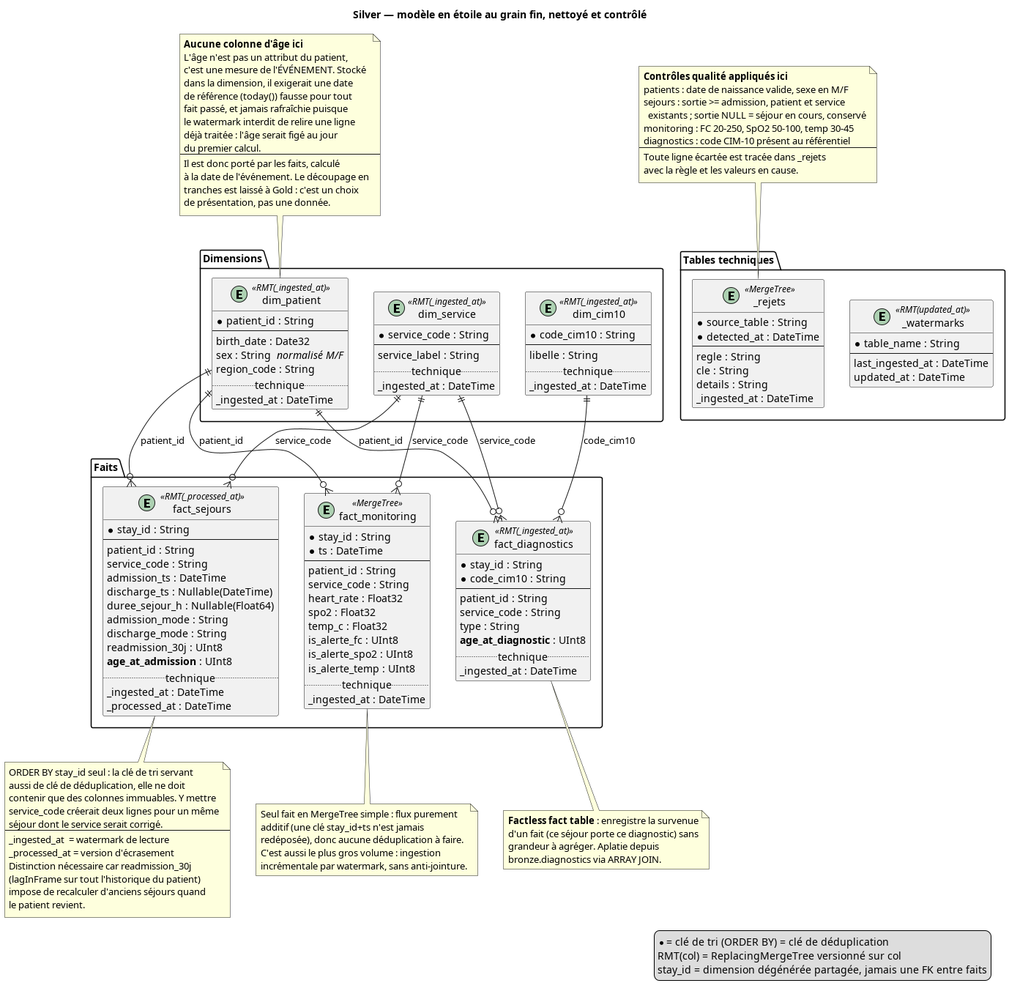
Shinobyy/M2-BigData keeps this PlantUML diagram as diagrams/silver.png. Above is the earlier version.
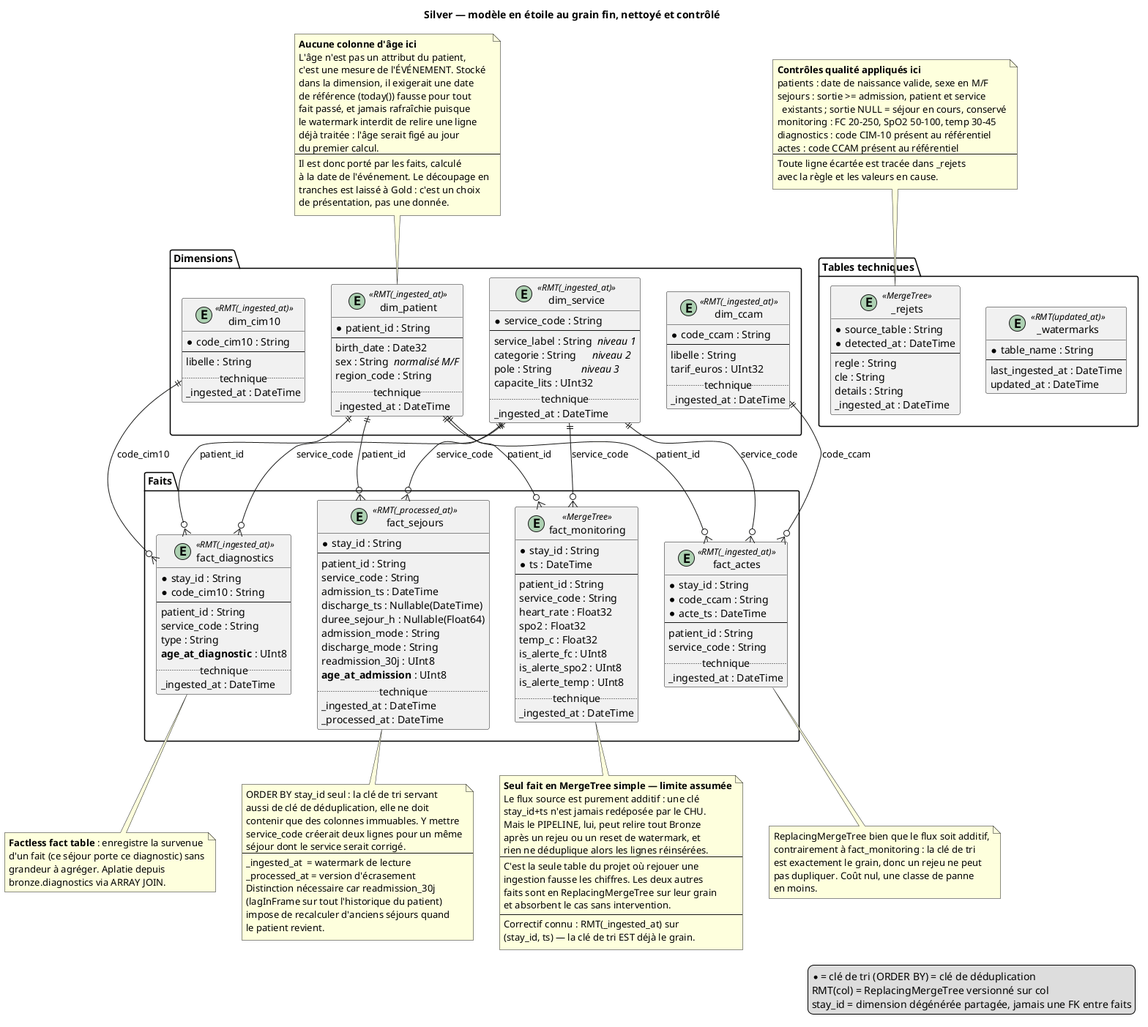
After the change.

Diff of the diagram source:
```diff
@@ -22,7 +22,10 @@
   entity dim_service <<RMT(_ingested_at)>> {
     * service_code : String
     --
-    service_label : String
+    service_label : String  <i>niveau 1</i>
+    categorie : String      <i>niveau 2</i>
+    pole : String           <i>niveau 3</i>
+    capacite_lits : UInt32
     .. technique ..
     _ingested_at : DateTime
   }
@@ -31,6 +34,15 @@
     * code_cim10 : String
     --
     libelle : String
+    .. technique ..
+    _ingested_at : DateTime
+  }
+
+  entity dim_ccam <<RMT(_ingested_at)>> {
+    * code_ccam : String
+    --
+    libelle : String
+    tarif_euros : UInt32
     .. technique ..
     _ingested_at : DateTime
   }
@@ -81,6 +93,17 @@
     .. technique ..
     _ingested_at : DateTime
   }
+
+  entity fact_actes <<RMT(_ingested_at)>> {
+    * stay_id : String
+    * code_ccam : String
+    * acte_ts : DateTime
+    --
+    patient_id : String
+    service_code : String
+    .. technique ..
+    _ingested_at : DateTime
+  }
 }
 
 note top of dim_patient
@@ -126,6 +149,9 @@
 dim_patient ||--o{ fact_diagnostics : patient_id
 dim_service ||--o{ fact_diagnostics : service_code
 dim_cim10 ||--o{ fact_diagnostics : code_cim10
+dim_patient ||--o{ fact_actes : patient_id
+dim_service ||--o{ fact_actes : service_code
+dim_ccam ||--o{ fact_actes : code_ccam
 
 note as N_controles
   <b>Contrôles qualité appliqués ici</b>
@@ -134,6 +160,7 @@
     existants ; sortie NULL = séjour en cours, conservé
   monitoring : FC 20-250, SpO2 50-100, temp 30-45
   diagnostics : code CIM-10 présent au référentiel
+  actes : code CCAM présent au référentiel
   ----
   Toute ligne écartée est tracée dans _rejets
   avec la règle et les valeurs en cause.
@@ -156,11 +183,28 @@
 end note
 
 note bottom of fact_monitoring
-  Seul fait en MergeTree simple : flux purement
-  additif (une clé stay_id+ts n'est jamais
-  redéposée), donc aucune déduplication à faire.
-  C'est aussi le plus gros volume : ingestion
-  incrémentale par watermark, sans anti-jointure.
+  <b>Seul fait en MergeTree simple — limite assumée</b>
+  Le flux source est purement additif : une clé
+  stay_id+ts n'est jamais redéposée par le CHU.
+  Mais le PIPELINE, lui, peut relire tout Bronze
+  après un rejeu ou un reset de watermark, et
+  rien ne déduplique alors les lignes réinsérées.
+  ----
+  C'est la seule table du projet où rejouer une
+  ingestion fausse les chiffres. Les deux autres
+  faits sont en ReplacingMergeTree sur leur grain
+  et absorbent le cas sans intervention.
+  ----
+  Correctif connu : RMT(_ingested_at) sur
+  (stay_id, ts) — la clé de tri EST déjà le grain.
+end note
+
+note bottom of fact_actes
+  ReplacingMergeTree bien que le flux soit additif,
+  contrairement à fact_monitoring : la clé de tri
+  est exactement le grain, donc un rejeu ne peut
+  pas dupliquer. Coût nul, une classe de panne
+  en moins.
 end note
 
 note bottom of fact_diagnostics
```
